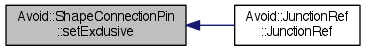
Above: documentation/classAvoid_1_1ShapeConnectionPin_aacb578182fb564e199f681447914a124_icgraph.png in mjwybrow/adaptagrams (Graphviz), before the change. Its source is kept beside it as documentation/classAvoid_1_1ShapeConnectionPin_aacb578182fb564e199f681447914a124_icgraph.dot.
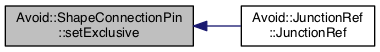
After the commit.

Change to the diagram source:
```diff
@@ -3,7 +3,7 @@
   edge [fontname="Helvetica",fontsize="10",labelfontname="Helvetica",labelfontsize="10"];
   node [fontname="Helvetica",fontsize="10",shape=record];
   rankdir="LR";
-  Node1 [label="Avoid::ShapeConnectionPin\l::setExclusive",height=0.2,width=0.4,color="black", fillcolor="grey75", style="filled" fontcolor="black"];
+  Node1 [label="Avoid::ShapeConnectionPin\l::setExclusive",height=0.2,width=0.4,color="black", fillcolor="grey75", style="filled", fontcolor="black"];
   Node1 -> Node2 [dir="back",color="midnightblue",fontsize="10",style="solid",fontname="Helvetica"];
-  Node2 [label="Avoid::JunctionRef\l::JunctionRef",height=0.2,width=0.4,color="black", fillcolor="white", style="filled",URL="$classAvoid_1_1JunctionRef.html#a6b8f78290d978f0176beb952a161f3d4",tooltip="Junction reference constructor."];
+  Node2 [label="Avoid::JunctionRef\l::JunctionRef",height=0.2,width=0.4,color="black", fillcolor="white", style="filled",URL="$classAvoid_1_1JunctionRef.html#a6b8f78290d978f0176beb952a161f3d4",tooltip="Junction reference constructor. "];
 }
```
